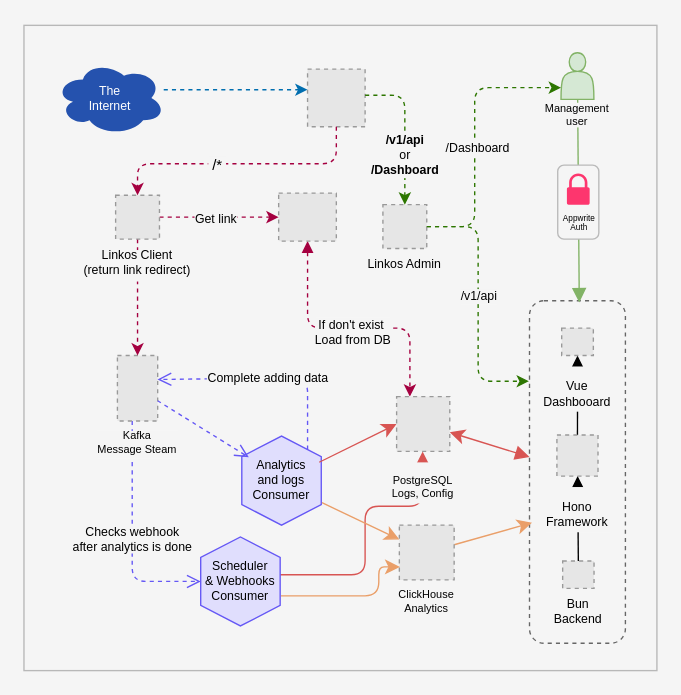
The draw.io diagram assets/linkos.drawio in byawitz/linkos, before the edit. Source tidied: cells renumbered, new cells numbered last; positions are measured from the earlier drawing's top-left corner, leaving out a move shared by most shapes. Both pictures are drawn from the tidied source at 137%, with x=0, y=0 at pixel (23, 25). Pictures stored in the file or linked from it are replaced by grey dashed boxes.
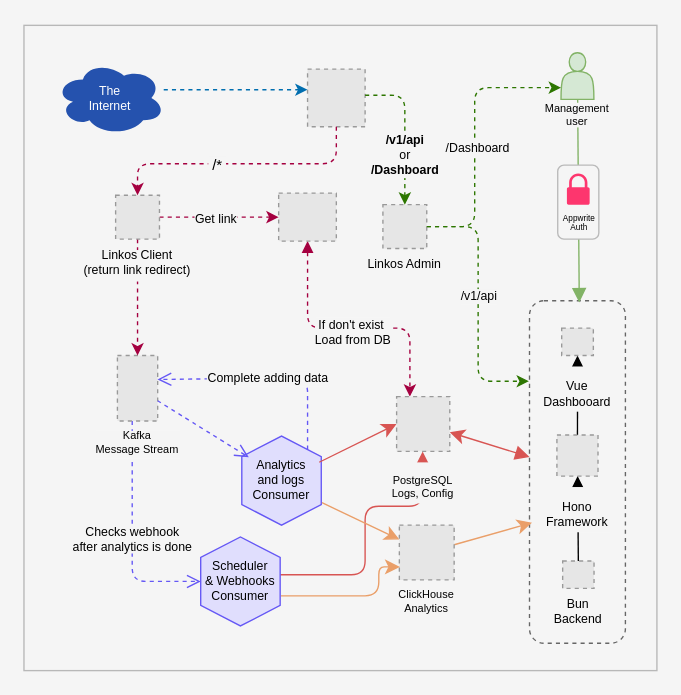
The same page after the edit.

The edit, as a diff of the source:
```diff
@@
-    <mxCell id="18" value="Kafka&#10;Message Steam" style="fillColor=#E6E6E6;strokeColor=#999999;dashed=1;verticalLabelPosition=bottom;labelBackgroundColor=#F5F5F5;verticalAlign=top;fontSize=8;" parent="1" vertex="1">
+    <mxCell id="18" value="Kafka&#10;Message Stream" style="fillColor=#E6E6E6;strokeColor=#999999;dashed=1;verticalLabelPosition=bottom;labelBackgroundColor=#F5F5F5;verticalAlign=top;fontSize=8;" parent="1" vertex="1">
       <mxGeometry x="68.2" y="241" width="29.4" height="47.8" as="geometry" />
     </mxCell>
```
